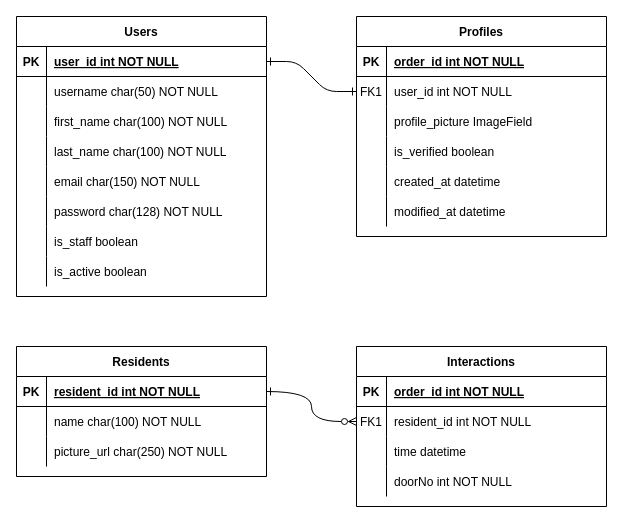
The draw.io diagram ER.drawio in Estadias-Fracc/ER, before the edit. Source tidied: cells renumbered, new cells numbered last; positions are measured from the earlier drawing's top-left corner, leaving out a move shared by most shapes. Both pictures are drawn from the tidied source at 100%, with x=0, y=0 at pixel (16, 16).
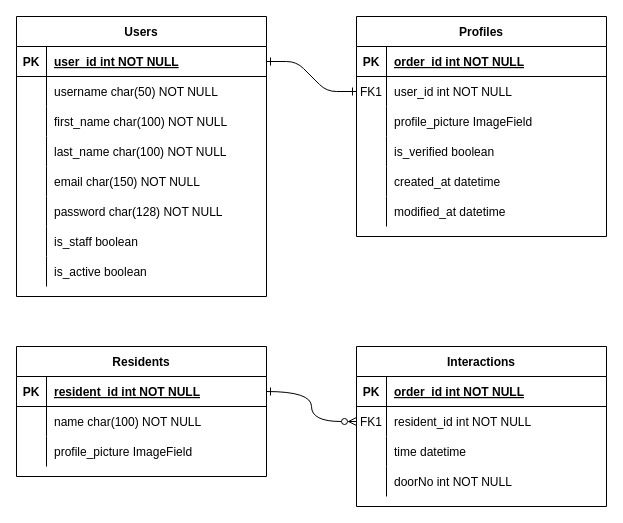
The same page after the edit.

Unchanged cells that the change refers to:
```xml
<mxCell id="54" style="shape=partialRectangle;fillColor=none;top=0;left=0;right=0;bottom=0;" parent="47" vertex="1">
  <mxGeometry y="90" width="250" height="30" as="geometry" />
</mxCell>
```

What changed in the source:
```diff
@@
-    <mxCell id="56" value="picture_url char(250) NOT NULL" style="shape=partialRectangle;overflow=hidden;fillColor=none;top=0;left=0;bottom=0;right=0;align=left;spacingLeft=6;" parent="54" vertex="1">
+    <mxCell id="56" value="profile_picture ImageField" style="shape=partialRectangle;overflow=hidden;fillColor=none;top=0;left=0;bottom=0;right=0;align=left;spacingLeft=6;" parent="54" vertex="1">
       <mxGeometry x="30" width="220" height="30" as="geometry" />
     </mxCell>
```
